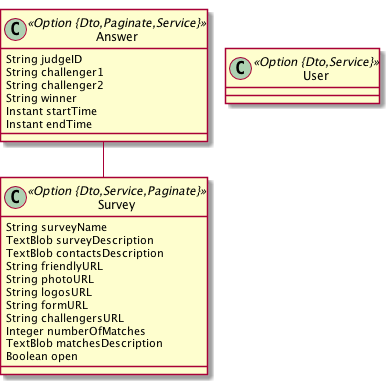
Before: src/main/resources/survey-answer-jdl-v0.1.png, a diagram exported from PlantUML (biodiful/biodiful).
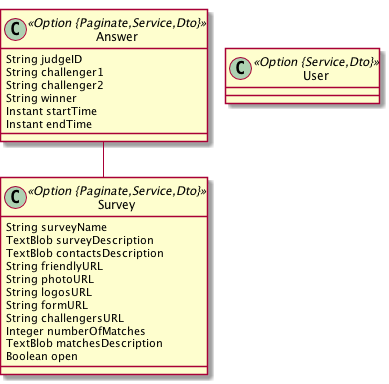
After the change.

Diff of the diagram source:
```diff
@@ -1,7 +1,7 @@
 @startuml
 	!pragma graphviz_dot jdot
 	!pragma syntax class
-	class Survey <<Option {Dto,Service,Paginate}>> {
+	class Survey <<Option {Paginate,Service,Dto}>> {
 		String surveyName
 		TextBlob surveyDescription
 		TextBlob contactsDescription
@@ -14,7 +14,7 @@
 		TextBlob matchesDescription
 		Boolean open
 	}
-	class Answer <<Option {Dto,Paginate,Service}>> {
+	class Answer <<Option {Paginate,Service,Dto}>> {
 		String judgeID
 		String challenger1
 		String challenger2
@@ -23,6 +23,6 @@
 		Instant endTime
 	}
 	Answer  "Survey 0..* " o-- "0..1 "  Survey
-	class User <<Option {Dto,Service}>> {
+	class User <<Option {Service,Dto}>> {
 	}
 @enduml
```
